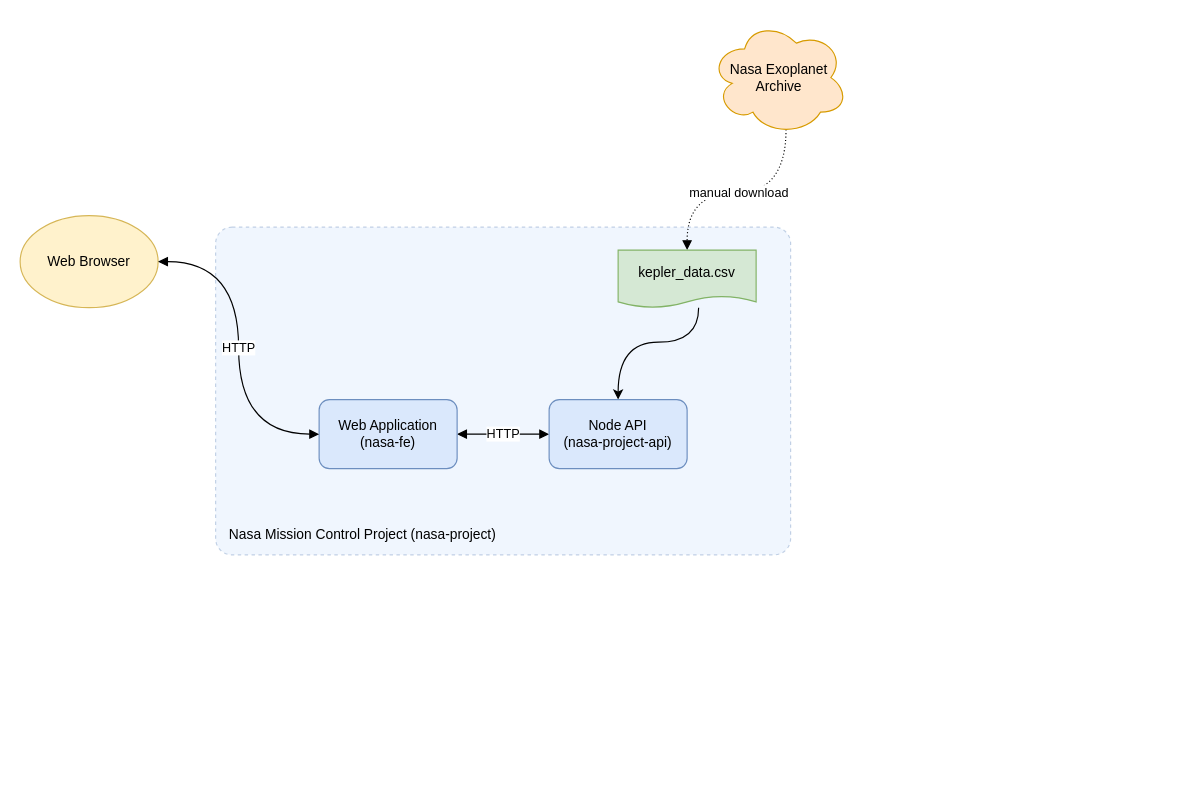
This is architecture-diagram.drawio from GhostOrder28/nasa-project, a draw.io file, before an edit. Source tidied: cells renumbered, new cells numbered last; positions are measured from the earlier drawing's top-left corner, leaving out a move shared by most shapes. Both pictures are drawn from the tidied source at 115%, with x=0, y=0 at pixel (20, 20).
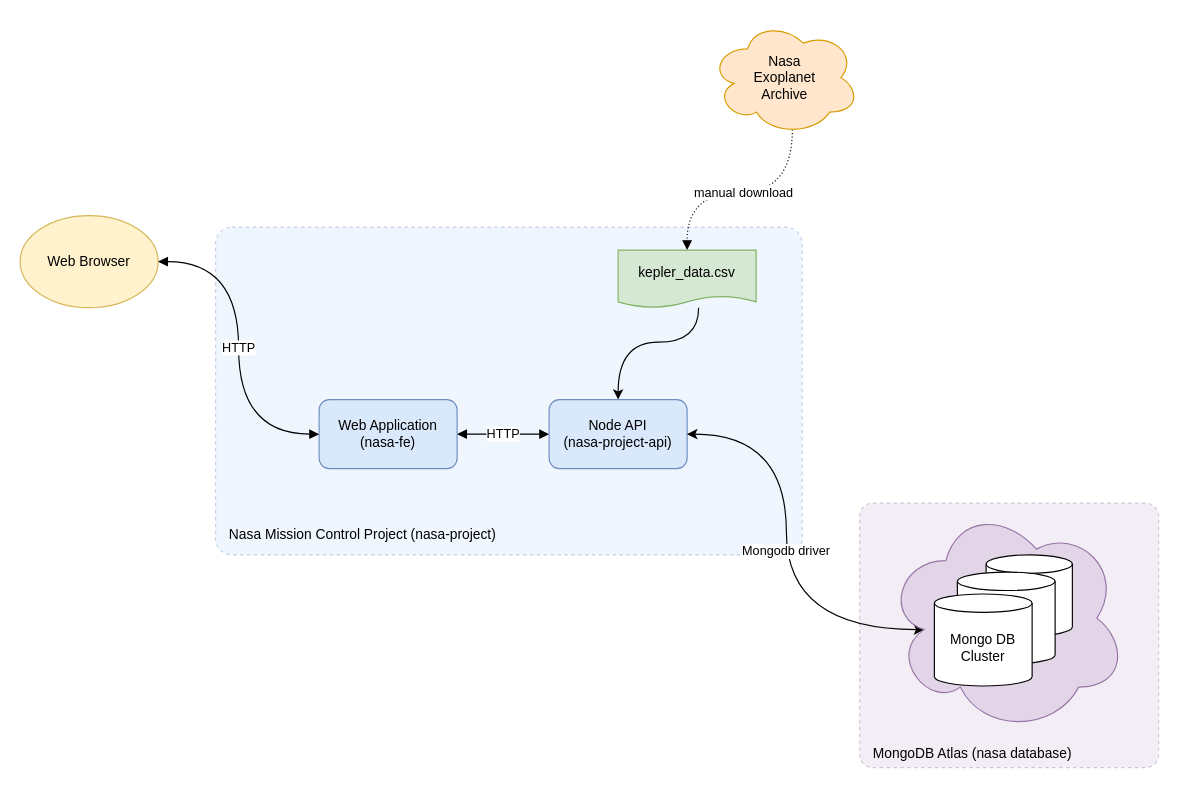
After the change.

Unchanged cells that the change refers to:
```xml
<mxCell id="7" value="Node API&lt;br&gt;(nasa-project-api)" style="rounded=1;whiteSpace=wrap;html=1;fillColor=#dae8fc;strokeColor=#6c8ebf;" parent="1" vertex="1">
  <mxGeometry x="460" y="330" width="120" height="60" as="geometry" />
</mxCell>
```

The edit, as a diff of the source:
```diff
@@
+    <mxCell id="13" style="rounded=1;whiteSpace=wrap;html=1;opacity=40;fillColor=#e1d5e7;strokeColor=#9673a6;dashed=1;arcSize=5;" parent="1" vertex="1">
+      <mxGeometry x="730" y="420" width="260" height="230" as="geometry" />
+    </mxCell>
@@
     <mxCell id="3" style="rounded=1;whiteSpace=wrap;html=1;opacity=40;fillColor=#dae8fc;strokeColor=#6c8ebf;dashed=1;arcSize=5;" parent="1" vertex="1">
-      <mxGeometry x="170" y="180" width="500" height="285" as="geometry" />
+      <mxGeometry x="170" y="180" width="510" height="285" as="geometry" />
     </mxCell>
@@
-    <mxCell id="11" value="Nasa Exoplanet Archive" style="ellipse;shape=cloud;whiteSpace=wrap;html=1;rounded=1;fillColor=#ffe6cc;strokeColor=#d79b00;" parent="1" vertex="1">
-      <mxGeometry x="600" width="120" height="100" as="geometry" />
+    <mxCell id="11" value="Nasa&lt;br&gt;Exoplanet&lt;br&gt;Archive" style="ellipse;shape=cloud;whiteSpace=wrap;html=1;rounded=1;fillColor=#ffe6cc;strokeColor=#d79b00;" parent="1" vertex="1">
+      <mxGeometry x="600" width="130" height="100" as="geometry" />
     </mxCell>
@@
+    <mxCell id="14" value="Mongodb driver" style="edgeStyle=orthogonalEdgeStyle;curved=1;rounded=0;jettySize=auto;html=1;exitX=0.16;exitY=0.55;exitDx=0;exitDy=0;exitPerimeter=0;entryX=1;entryY=0.5;entryDx=0;entryDy=0;startArrow=classic;startFill=1;" parent="1" edge="1" source="15" target="7">
+      <mxGeometry relative="1" as="geometry" />
+    </mxCell>
+    <mxCell id="15" style="ellipse;shape=cloud;whiteSpace=wrap;html=1;rounded=1;fillColor=#e1d5e7;strokeColor=#9673a6;" parent="1" vertex="1">
+      <mxGeometry x="752.5" y="420" width="210" height="200" as="geometry" />
+    </mxCell>
+    <mxCell id="16" style="shape=cylinder3;whiteSpace=wrap;html=1;boundedLbl=1;backgroundOutline=1;size=8;" parent="1" vertex="1">
+      <mxGeometry x="840" y="465" width="75" height="70.6" as="geometry" />
+    </mxCell>
+    <mxCell id="17" style="shape=cylinder3;whiteSpace=wrap;html=1;boundedLbl=1;backgroundOutline=1;size=8;" parent="1" vertex="1">
+      <mxGeometry x="815" y="480" width="85" height="80" as="geometry" />
+    </mxCell>
+    <mxCell id="18" value="Mongo DB&lt;br&gt;Cluster" style="shape=cylinder3;whiteSpace=wrap;html=1;boundedLbl=1;backgroundOutline=1;size=8;" parent="1" vertex="1">
+      <mxGeometry x="795" y="499" width="85" height="80" as="geometry" />
+    </mxCell>
+    <mxCell id="19" value="MongoDB Atlas (nasa database)" style="text;html=1;strokeColor=none;fillColor=none;align=left;verticalAlign=middle;whiteSpace=wrap;rounded=0;dashed=1;opacity=40;" parent="1" vertex="1">
+      <mxGeometry x="740" y="630" width="240" height="15" as="geometry" />
+    </mxCell>
```
